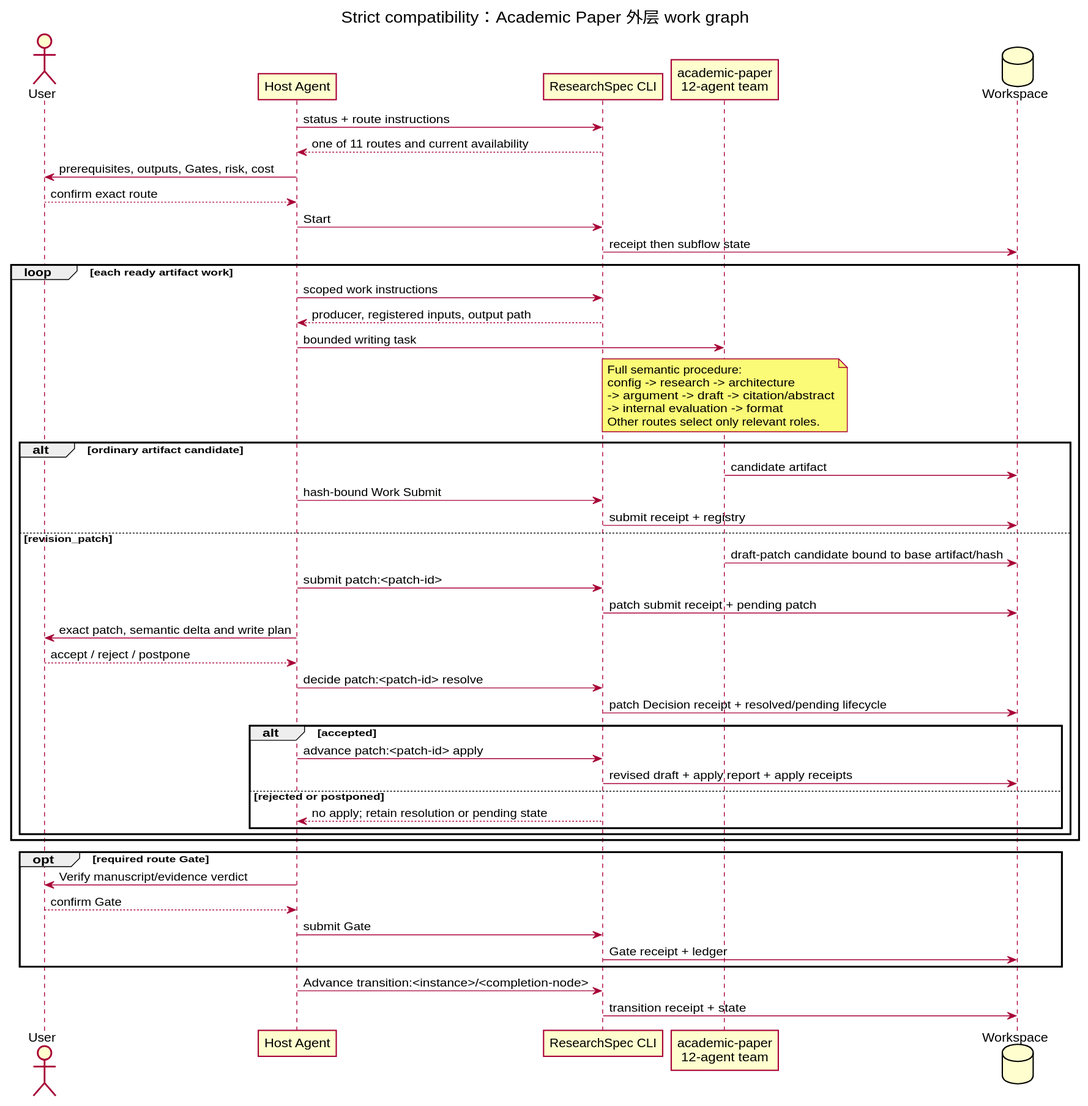
Before: docs/researchspec_arsu_runtime/diagrams/rendered/academic-paper-workflow.svg, a diagram exported from PlantUML (leike0813/ResearchSpec). Its source is kept beside it as docs/researchspec_arsu_runtime/diagrams/src/academic-paper-workflow.puml.
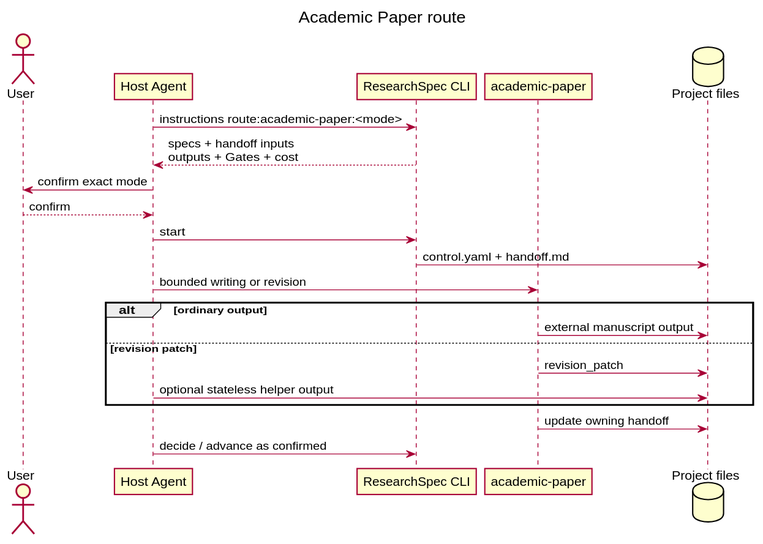
The same diagram one commit later.

Change to the diagram source:
```diff
@@ -1,57 +1,24 @@
 @startuml
-title Strict compatibility：Academic Paper 外层 work graph
+title Academic Paper route
 skinparam shadowing false
 actor User
 participant "Host Agent" as Agent
 participant "ResearchSpec CLI" as CLI
-participant "academic-paper\n12-agent team" as ARSU
-database "Workspace" as Files
-
-Agent -> CLI : status + route instructions
-CLI --> Agent : one of 11 routes and current availability
-Agent -> User : prerequisites, outputs, Gates, risk, cost
-User --> Agent : confirm exact route
-Agent -> CLI : Start
-CLI -> Files : receipt then subflow state
-
-loop each ready artifact work
-  Agent -> CLI : scoped work instructions
-  CLI --> Agent : producer, registered inputs, output path
-  Agent -> ARSU : bounded writing task
-  note over ARSU
-    Full semantic procedure:
-    config -> research -> architecture
-    -> argument -> draft -> citation/abstract
-    -> internal evaluation -> format
-    Other routes select only relevant roles.
-  end note
-  alt ordinary artifact candidate
-    ARSU -> Files : candidate artifact
-    Agent -> CLI : hash-bound Work Submit
-    CLI -> Files : submit receipt + registry
-  else revision_patch
-    ARSU -> Files : draft-patch candidate bound to base artifact/hash
-    Agent -> CLI : submit patch:<patch-id>
-    CLI -> Files : patch submit receipt + pending patch
-    Agent -> User : exact patch, semantic delta and write plan
-    User --> Agent : accept / reject / postpone
-    Agent -> CLI : decide patch:<patch-id> resolve
-    CLI -> Files : patch Decision receipt + resolved/pending lifecycle
-    alt accepted
-      Agent -> CLI : advance patch:<patch-id> apply
-      CLI -> Files : revised draft + apply report + apply receipts
-    else rejected or postponed
-      CLI --> Agent : no apply; retain resolution or pending state
-    end
-  end
+participant "academic-paper" as Paper
+database "Project files" as Files
+Agent -> CLI : instructions route:academic-paper:<mode>
+CLI --> Agent : specs + handoff inputs\noutputs + Gates + cost
+Agent -> User : confirm exact mode
+User --> Agent : confirm
+Agent -> CLI : start
+CLI -> Files : control.yaml + handoff.md
+Agent -> Paper : bounded writing or revision
+alt ordinary output
+  Paper -> Files : external manuscript output
+else revision patch
+  Paper -> Files : revision_patch
+  Agent -> Files : optional stateless helper output
 end
-
-opt required route Gate
-  Agent -> User : Verify manuscript/evidence verdict
-  User --> Agent : confirm Gate
-  Agent -> CLI : submit Gate
-  CLI -> Files : Gate receipt + ledger
-end
-Agent -> CLI : Advance transition:<instance>/<completion-node>
-CLI -> Files : transition receipt + state
+Paper -> Files : update owning handoff
+Agent -> CLI : decide / advance as confirmed
 @enduml
```
